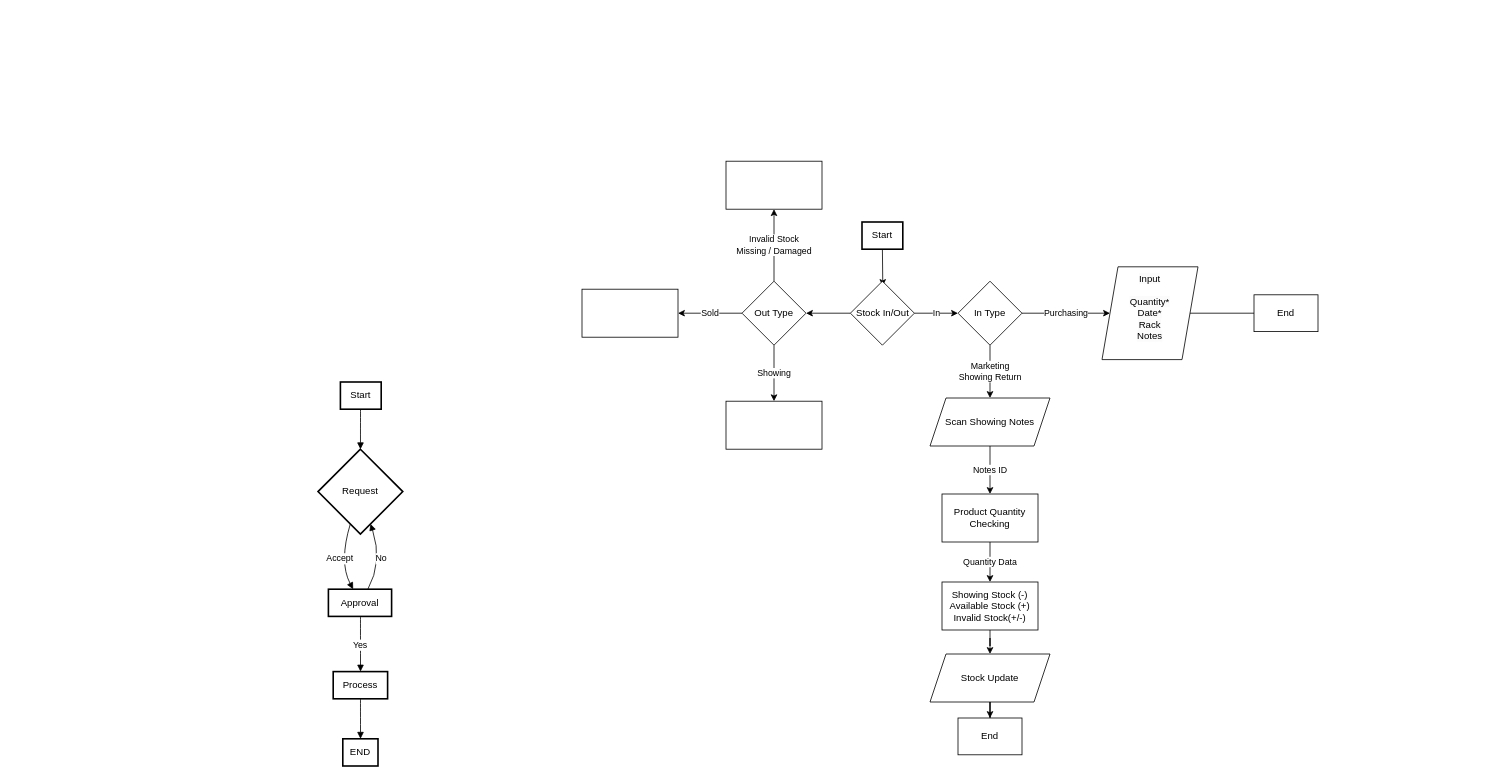
This is MPL Stock Update Feb 2024.drawio from hulyo-firmansyah/mesinmp-dbdiagram, a draw.io file, before an edit. Source tidied: cells renumbered, new cells numbered last; positions are measured from the earlier drawing's top-left corner, leaving out a move shared by most shapes. Both pictures are drawn from the tidied source at 80%, with x=0, y=0 at pixel (318, 161).
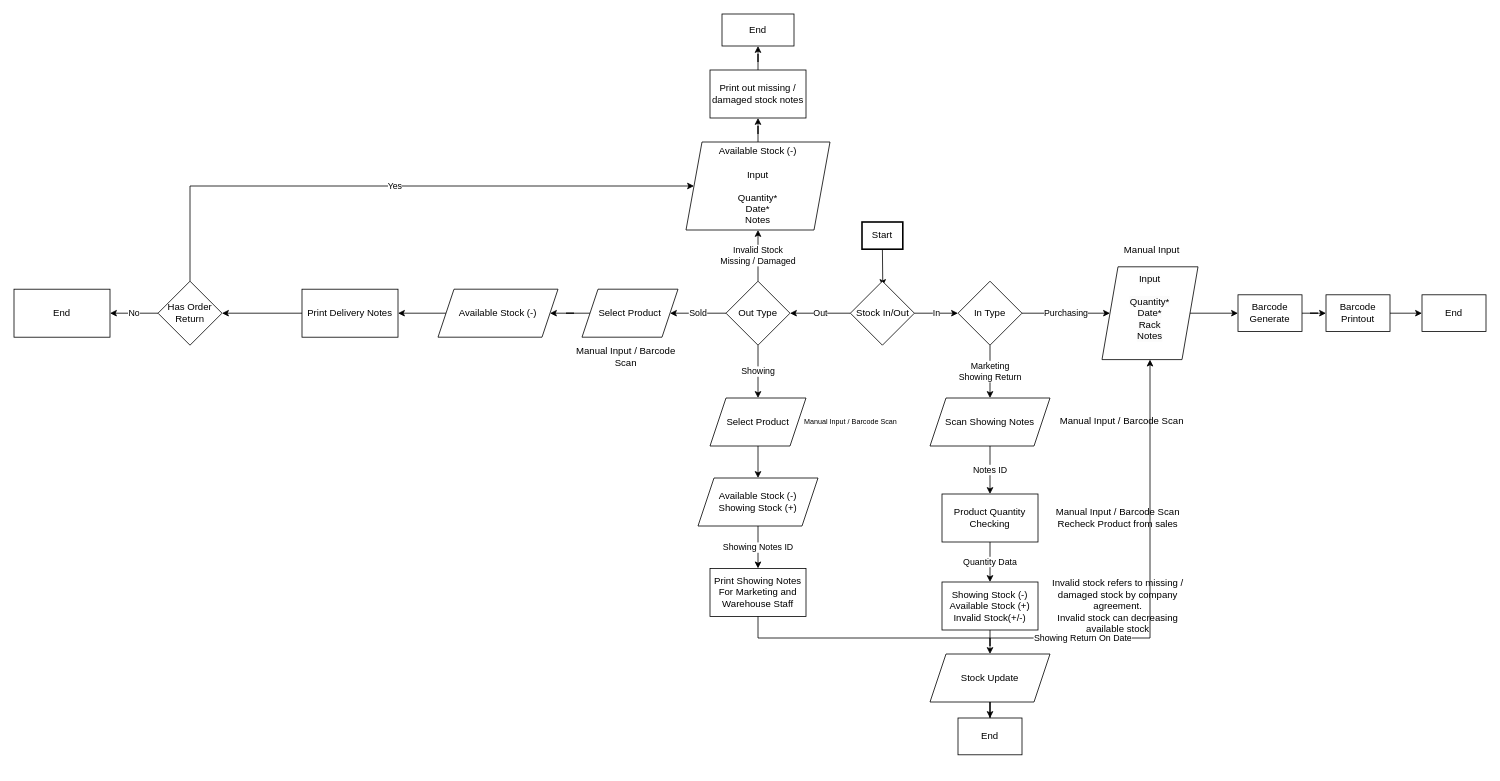
After the change.

Unchanged cells that the change refers to:
```xml
<mxCell id="15" value="Stock In/Out" style="rhombus;whiteSpace=wrap;html=1;" parent="1" vertex="1">
  <mxGeometry x="665.5" y="150" width="80" height="80" as="geometry" />
</mxCell>
<mxCell id="38" value="&#10;&lt;span style=&quot;color: rgb(0, 0, 0); font-family: Helvetica; font-size: 12px; font-style: normal; font-variant-ligatures: normal; font-variant-caps: normal; font-weight: 400; letter-spacing: normal; orphans: 2; text-align: center; text-indent: 0px; text-transform: none; widows: 2; word-spacing: 0px; -webkit-text-stroke-width: 0px; background-color: rgb(251, 251, 251); text-decoration-thickness: initial; text-decoration-style: initial; text-decoration-color: initial; float: none; display: inline !important;&quot;&gt;Input&lt;/span&gt;&lt;br style=&quot;border-color: var(--border-color); color: rgb(0, 0, 0); font-family: Helvetica; font-size: 12px; font-style: normal; font-variant-ligatures: normal; font-variant-caps: normal; font-weight: 400; letter-spacing: normal; orphans: 2; text-align: center; text-indent: 0px; text-transform: none; widows: 2; word-spacing: 0px; -webkit-text-stroke-width: 0px; background-color: rgb(251, 251, 251); text-decoration-thickness: initial; text-decoration-style: initial; text-decoration-color: initial;&quot;&gt;&lt;br style=&quot;border-color: var(--border-color); color: rgb(0, 0, 0); font-family: Helvetica; font-size: 12px; font-style: normal; font-variant-ligatures: normal; font-variant-caps: normal; font-weight: 400; letter-spacing: normal; orphans: 2; text-align: center; text-indent: 0px; text-transform: none; widows: 2; word-spacing: 0px; -webkit-text-stroke-width: 0px; background-color: rgb(251, 251, 251); text-decoration-thickness: initial; text-decoration-style: initial; text-decoration-color: initial;&quot;&gt;&lt;span style=&quot;color: rgb(0, 0, 0); font-family: Helvetica; font-size: 12px; font-style: normal; font-variant-ligatures: normal; font-variant-caps: normal; font-weight: 400; letter-spacing: normal; orphans: 2; text-align: center; text-indent: 0px; text-transform: none; widows: 2; word-spacing: 0px; -webkit-text-stroke-width: 0px; background-color: rgb(251, 251, 251); text-decoration-thickness: initial; text-decoration-style: initial; text-decoration-color: initial; float: none; display: inline !important;&quot;&gt;Quantity*&lt;/span&gt;&lt;br style=&quot;border-color: var(--border-color); color: rgb(0, 0, 0); font-family: Helvetica; font-size: 12px; font-style: normal; font-variant-ligatures: normal; font-variant-caps: normal; font-weight: 400; letter-spacing: normal; orphans: 2; text-align: center; text-indent: 0px; text-transform: none; widows: 2; word-spacing: 0px; -webkit-text-stroke-width: 0px; background-color: rgb(251, 251, 251); text-decoration-thickness: initial; text-decoration-style: initial; text-decoration-color: initial;&quot;&gt;&lt;span style=&quot;color: rgb(0, 0, 0); font-family: Helvetica; font-size: 12px; font-style: normal; font-variant-ligatures: normal; font-variant-caps: normal; font-weight: 400; letter-spacing: normal; orphans: 2; text-align: center; text-indent: 0px; text-transform: none; widows: 2; word-spacing: 0px; -webkit-text-stroke-width: 0px; background-color: rgb(251, 251, 251); text-decoration-thickness: initial; text-decoration-style: initial; text-decoration-color: initial; float: none; display: inline !important;&quot;&gt;Date*&lt;/span&gt;&lt;br style=&quot;border-color: var(--border-color); color: rgb(0, 0, 0); font-family: Helvetica; font-size: 12px; font-style: normal; font-variant-ligatures: normal; font-variant-caps: normal; font-weight: 400; letter-spacing: normal; orphans: 2; text-align: center; text-indent: 0px; text-transform: none; widows: 2; word-spacing: 0px; -webkit-text-stroke-width: 0px; background-color: rgb(251, 251, 251); text-decoration-thickness: initial; text-decoration-style: initial; text-decoration-color: initial;&quot;&gt;&lt;span style=&quot;color: rgb(0, 0, 0); font-family: Helvetica; font-size: 12px; font-style: normal; font-variant-ligatures: normal; font-variant-caps: normal; font-weight: 400; letter-spacing: normal; orphans: 2; text-align: center; text-indent: 0px; text-transform: none; widows: 2; word-spacing: 0px; -webkit-text-stroke-width: 0px; background-color: rgb(251, 251, 251); text-decoration-thickness: initial; text-decoration-style: initial; text-decoration-color: initial; float: none; display: inline !important;&quot;&gt;Rack&lt;/span&gt;&lt;br style=&quot;border-color: var(--border-color); color: rgb(0, 0, 0); font-family: Helvetica; font-size: 12px; font-style: normal; font-variant-ligatures: normal; font-variant-caps: normal; font-weight: 400; letter-spacing: normal; orphans: 2; text-align: center; text-indent: 0px; text-transform: none; widows: 2; word-spacing: 0px; -webkit-text-stroke-width: 0px; background-color: rgb(251, 251, 251); text-decoration-thickness: initial; text-decoration-style: initial; text-decoration-color: initial;&quot;&gt;&lt;span style=&quot;color: rgb(0, 0, 0); font-family: Helvetica; font-size: 12px; font-style: normal; font-variant-ligatures: normal; font-variant-caps: normal; font-weight: 400; letter-spacing: normal; orphans: 2; text-align: center; text-indent: 0px; text-transform: none; widows: 2; word-spacing: 0px; -webkit-text-stroke-width: 0px; background-color: rgb(251, 251, 251); text-decoration-thickness: initial; text-decoration-style: initial; text-decoration-color: initial; float: none; display: inline !important;&quot;&gt;Notes&lt;/span&gt;&#10;&#10;" style="shape=parallelogram;perimeter=parallelogramPerimeter;whiteSpace=wrap;html=1;fixedSize=1;" parent="1" vertex="1">
  <mxGeometry x="980" y="132" width="120" height="116" as="geometry" />
</mxCell>
```

Diff of the diagram source:
```diff
@@
-    <mxCell id="2" value="Start" style="whiteSpace=wrap;strokeWidth=2;" parent="1" vertex="1">
-      <mxGeometry x="28" y="276" width="51" height="34" as="geometry" />
-    </mxCell>
-    <mxCell id="3" value="Request" style="rhombus;strokeWidth=2;whiteSpace=wrap;" parent="1" vertex="1">
-      <mxGeometry y="360" width="106" height="106" as="geometry" />
-    </mxCell>
-    <mxCell id="4" value="Approval" style="whiteSpace=wrap;strokeWidth=2;" parent="1" vertex="1">
-      <mxGeometry x="13" y="535" width="79" height="34" as="geometry" />
-    </mxCell>
-    <mxCell id="5" value="Process" style="whiteSpace=wrap;strokeWidth=2;" parent="1" vertex="1">
-      <mxGeometry x="19" y="638" width="68" height="34" as="geometry" />
-    </mxCell>
-    <mxCell id="6" value="END" style="whiteSpace=wrap;strokeWidth=2;" parent="1" vertex="1">
-      <mxGeometry x="31" y="722" width="44" height="34" as="geometry" />
-    </mxCell>
-    <mxCell id="7" style="curved=1;startArrow=none;endArrow=block;exitX=0.49264705882352944;exitY=1;entryX=0.5011792452830188;entryY=0;" parent="1" edge="1" source="2" target="3">
-      <mxGeometry relative="1" as="geometry" />
-    </mxCell>
-    <mxCell id="8" value="Accept" style="curved=1;startArrow=none;endArrow=block;exitX=0.3437005581228299;exitY=1.0023584905660377;entryX=0.39286544104092413;entryY=0.007352941176470588;" parent="1" edge="1" source="3" target="4">
-      <mxGeometry relative="1" as="geometry">
-        <Array as="points">
-          <mxPoint x="26" y="501" />
-        </Array>
-      </mxGeometry>
-    </mxCell>
-    <mxCell id="9" value="Yes" style="curved=1;startArrow=none;endArrow=block;exitX=0.5079113924050633;exitY=1.0073529411764706;entryX=0.5018382352941176;entryY=0.007352941176470588;" parent="1" edge="1" source="4" target="5">
-      <mxGeometry relative="1" as="geometry" />
-    </mxCell>
-    <mxCell id="10" value="No" style="curved=1;startArrow=none;endArrow=block;exitX=0.6229573437692024;exitY=0.007352941176470588;entryX=0.6586579324432078;entryY=1.0023584905660377;" parent="1" edge="1" source="4" target="3">
-      <mxGeometry relative="1" as="geometry">
-        <Array as="points">
-          <mxPoint x="81" y="501" />
-        </Array>
-      </mxGeometry>
-    </mxCell>
-    <mxCell id="11" style="curved=1;startArrow=none;endArrow=block;exitX=0.5018382352941176;exitY=1.0073529411764706;entryX=0.5028409090909091;entryY=0.007352941176470588;" parent="1" edge="1" source="5" target="6">
-      <mxGeometry relative="1" as="geometry" />
-    </mxCell>
@@
-    <mxCell id="14" style="edgeStyle=orthogonalEdgeStyle;rounded=0;jettySize=auto;html=1;" parent="1" edge="1" source="15" target="34">
+    <mxCell id="14" value="Out" style="edgeStyle=orthogonalEdgeStyle;rounded=0;jettySize=auto;html=1;" parent="1" edge="1" source="15" target="34">
       <mxGeometry relative="1" as="geometry" />
     </mxCell>
@@
-    <mxCell id="20" style="edgeStyle=orthogonalEdgeStyle;rounded=0;jettySize=auto;html=1;exitX=1;exitY=0.5;exitDx=0;exitDy=0;" parent="1" edge="1" source="38">
-      <mxGeometry relative="1" as="geometry">
-        <mxPoint x="1190" y="190" as="targetPoint" />
-      </mxGeometry>
-    </mxCell>
     <mxCell id="21" value="End" style="rounded=0;whiteSpace=wrap;html=1;" parent="1" vertex="1">
-      <mxGeometry x="1170" y="167" width="80" height="46" as="geometry" />
+      <mxGeometry x="1380" y="167" width="80" height="46" as="geometry" />
     </mxCell>
@@
-    <mxCell id="31" value="Showing" style="edgeStyle=orthogonalEdgeStyle;rounded=0;jettySize=auto;html=1;" parent="1" edge="1" source="34" target="35">
+    <mxCell id="31" value="Showing" style="edgeStyle=orthogonalEdgeStyle;rounded=0;jettySize=auto;html=1;" parent="1" edge="1" source="34" target="49">
       <mxGeometry relative="1" as="geometry" />
     </mxCell>
-    <mxCell id="32" value="Sold" style="edgeStyle=orthogonalEdgeStyle;rounded=0;jettySize=auto;html=1;" parent="1" edge="1" source="34" target="36">
+    <mxCell id="32" value="Sold" style="edgeStyle=orthogonalEdgeStyle;rounded=0;jettySize=auto;html=1;" parent="1" edge="1" source="34" target="56">
       <mxGeometry relative="1" as="geometry" />
     </mxCell>
-    <mxCell id="33" value="Invalid Stock&lt;br&gt;Missing / Damaged" style="edgeStyle=orthogonalEdgeStyle;rounded=0;jettySize=auto;html=1;" parent="1" edge="1" source="34" target="37">
+    <mxCell id="33" value="Invalid Stock&lt;br&gt;Missing / Damaged" style="edgeStyle=orthogonalEdgeStyle;rounded=0;jettySize=auto;html=1;entryX=0.5;entryY=1;entryDx=0;entryDy=0;" parent="1" edge="1" source="34" target="43">
       <mxGeometry relative="1" as="geometry" />
     </mxCell>
     <mxCell id="34" value="Out Type" style="rhombus;whiteSpace=wrap;html=1;" parent="1" vertex="1">
-      <mxGeometry x="530" y="150" width="80" height="80" as="geometry" />
+      <mxGeometry x="510" y="150" width="80" height="80" as="geometry" />
     </mxCell>
-    <mxCell id="35" style="rounded=0;whiteSpace=wrap;html=1;" parent="1" vertex="1">
-      <mxGeometry x="510" y="300" width="120" height="60" as="geometry" />
-    </mxCell>
-    <mxCell id="36" style="whiteSpace=wrap;html=1;" parent="1" vertex="1">
-      <mxGeometry x="330" y="160" width="120" height="60" as="geometry" />
-    </mxCell>
-    <mxCell id="37" style="whiteSpace=wrap;html=1;" parent="1" vertex="1">
-      <mxGeometry x="510" width="120" height="60" as="geometry" />
-    </mxCell>
@@
+    <mxCell id="39" value="Manual Input" style="text;html=1;align=center;verticalAlign=middle;whiteSpace=wrap;rounded=0;" parent="1" vertex="1">
+      <mxGeometry x="985" y="96" width="115" height="30" as="geometry" />
+    </mxCell>
+    <mxCell id="40" value="Invalid stock refers to missing / damaged stock by company agreement.&lt;br&gt;Invalid stock can decreasing available stock" style="text;html=1;align=center;verticalAlign=middle;whiteSpace=wrap;rounded=0;" parent="1" vertex="1">
+      <mxGeometry x="915" y="502.5" width="170" height="107" as="geometry" />
+    </mxCell>
+    <mxCell id="41" value="Manual Input / Barcode Scan" style="text;html=1;align=center;verticalAlign=middle;whiteSpace=wrap;rounded=0;" parent="1" vertex="1">
+      <mxGeometry x="920" y="310" width="170" height="30" as="geometry" />
+    </mxCell>
+    <mxCell id="42" style="edgeStyle=orthogonalEdgeStyle;rounded=0;jettySize=auto;html=1;" parent="1" edge="1" source="43" target="45">
+      <mxGeometry relative="1" as="geometry" />
+    </mxCell>
+    <mxCell id="43" value="Available Stock (-)&lt;br&gt;&lt;br&gt;Input&lt;br&gt;&lt;br&gt;Quantity*&lt;br&gt;Date*&lt;br&gt;Notes" style="shape=parallelogram;perimeter=parallelogramPerimeter;whiteSpace=wrap;html=1;fixedSize=1;" parent="1" vertex="1">
+      <mxGeometry x="460" y="-24" width="180" height="110" as="geometry" />
+    </mxCell>
+    <mxCell id="44" style="edgeStyle=orthogonalEdgeStyle;rounded=0;jettySize=auto;html=1;" parent="1" edge="1" source="45" target="46">
+      <mxGeometry relative="1" as="geometry" />
+    </mxCell>
+    <mxCell id="45" value="Print out missing / damaged stock notes" style="whiteSpace=wrap;html=1;" parent="1" vertex="1">
+      <mxGeometry x="490" y="-114" width="120" height="60" as="geometry" />
+    </mxCell>
+    <mxCell id="46" value="End" style="whiteSpace=wrap;html=1;" parent="1" vertex="1">
+      <mxGeometry x="505" y="-184" width="90" height="40" as="geometry" />
+    </mxCell>
+    <mxCell id="47" value="Manual Input / Barcode Scan&lt;br&gt;Recheck Product from sales" style="text;html=1;align=center;verticalAlign=middle;whiteSpace=wrap;rounded=0;" parent="1" vertex="1">
+      <mxGeometry x="915" y="431" width="170" height="30" as="geometry" />
+    </mxCell>
+    <mxCell id="48" style="edgeStyle=orthogonalEdgeStyle;rounded=0;jettySize=auto;html=1;" parent="1" edge="1" source="49" target="52">
+      <mxGeometry relative="1" as="geometry" />
+    </mxCell>
+    <mxCell id="49" value="Select Product" style="shape=parallelogram;perimeter=parallelogramPerimeter;whiteSpace=wrap;html=1;fixedSize=1;" parent="1" vertex="1">
+      <mxGeometry x="490" y="296" width="120" height="60" as="geometry" />
+    </mxCell>
+    <mxCell id="50" value="Manual Input / Barcode Scan" style="text;html=1;align=center;verticalAlign=middle;whiteSpace=wrap;rounded=0;fontSize=9;" parent="1" vertex="1">
+      <mxGeometry x="601" y="318.5" width="130" height="15" as="geometry" />
+    </mxCell>
+    <mxCell id="51" value="Showing Notes ID" style="edgeStyle=orthogonalEdgeStyle;rounded=0;jettySize=auto;html=1;" parent="1" edge="1" source="52" target="53">
+      <mxGeometry relative="1" as="geometry" />
+    </mxCell>
+    <mxCell id="52" value="Available Stock (-)&lt;br&gt;Showing Stock (+)" style="shape=parallelogram;perimeter=parallelogramPerimeter;whiteSpace=wrap;html=1;fixedSize=1;" parent="1" vertex="1">
+      <mxGeometry x="475" y="396" width="150" height="60" as="geometry" />
+    </mxCell>
+    <mxCell id="53" value="Print Showing Notes&lt;br&gt;For Marketing and Warehouse Staff" style="whiteSpace=wrap;html=1;" parent="1" vertex="1">
+      <mxGeometry x="490" y="509" width="120" height="60" as="geometry" />
+    </mxCell>
+    <mxCell id="54" value="Showing Return On Date" style="endArrow=classic;html=1;rounded=0;exitX=0.5;exitY=1;exitDx=0;exitDy=0;entryX=0.5;entryY=1;entryDx=0;entryDy=0;" parent="1" edge="1" source="53" target="38">
+      <mxGeometry relative="1" as="geometry">
+        <Array as="points">
+          <mxPoint x="550" y="596" />
+          <mxPoint x="1040" y="596" />
+        </Array>
+      </mxGeometry>
+    </mxCell>
+    <mxCell id="55" style="edgeStyle=orthogonalEdgeStyle;rounded=0;jettySize=auto;html=1;" parent="1" edge="1" source="56" target="59">
+      <mxGeometry relative="1" as="geometry" />
+    </mxCell>
+    <mxCell id="56" value="Select Product" style="shape=parallelogram;perimeter=parallelogramPerimeter;whiteSpace=wrap;html=1;fixedSize=1;" parent="1" vertex="1">
+      <mxGeometry x="330" y="160" width="120" height="60" as="geometry" />
+    </mxCell>
+    <mxCell id="57" value="Manual Input / Barcode Scan" style="text;html=1;align=center;verticalAlign=middle;whiteSpace=wrap;rounded=0;fontSize=12;" parent="1" vertex="1">
+      <mxGeometry x="320" y="236" width="130" height="15" as="geometry" />
+    </mxCell>
+    <mxCell id="58" style="edgeStyle=orthogonalEdgeStyle;rounded=0;jettySize=auto;html=1;" parent="1" edge="1" source="59" target="61">
+      <mxGeometry relative="1" as="geometry" />
+    </mxCell>
+    <mxCell id="59" value="Available Stock (-)" style="shape=parallelogram;perimeter=parallelogramPerimeter;whiteSpace=wrap;html=1;fixedSize=1;" parent="1" vertex="1">
+      <mxGeometry x="150" y="160" width="150" height="60" as="geometry" />
+    </mxCell>
+    <mxCell id="60" style="edgeStyle=orthogonalEdgeStyle;rounded=0;jettySize=auto;html=1;" parent="1" edge="1" source="61" target="67">
+      <mxGeometry relative="1" as="geometry" />
+    </mxCell>
+    <mxCell id="61" value="Print Delivery Notes" style="whiteSpace=wrap;html=1;" parent="1" vertex="1">
+      <mxGeometry x="-20" y="160" width="120" height="60" as="geometry" />
+    </mxCell>
+    <mxCell id="62" style="edgeStyle=orthogonalEdgeStyle;rounded=0;jettySize=auto;html=1;exitX=1;exitY=0.5;exitDx=0;exitDy=0;" parent="1" edge="1" source="38" target="64">
+      <mxGeometry relative="1" as="geometry" />
+    </mxCell>
+    <mxCell id="63" style="edgeStyle=orthogonalEdgeStyle;rounded=0;jettySize=auto;html=1;" parent="1" edge="1" source="64" target="66">
+      <mxGeometry relative="1" as="geometry" />
+    </mxCell>
+    <mxCell id="64" value="Barcode Generate" style="rounded=0;whiteSpace=wrap;html=1;" parent="1" vertex="1">
+      <mxGeometry x="1150" y="167" width="80" height="46" as="geometry" />
+    </mxCell>
+    <mxCell id="65" style="edgeStyle=orthogonalEdgeStyle;rounded=0;jettySize=auto;html=1;" parent="1" edge="1" source="66" target="21">
+      <mxGeometry relative="1" as="geometry" />
+    </mxCell>
+    <mxCell id="66" value="Barcode Printout" style="rounded=0;whiteSpace=wrap;html=1;" parent="1" vertex="1">
+      <mxGeometry x="1260" y="167" width="80" height="46" as="geometry" />
+    </mxCell>
+    <mxCell id="9" value="Yes" style="edgeStyle=orthogonalEdgeStyle;rounded=0;jettySize=auto;html=1;entryX=0;entryY=0.5;entryDx=0;entryDy=0;" parent="1" edge="1" source="67" target="43">
+      <mxGeometry relative="1" as="geometry">
+        <Array as="points">
+          <mxPoint x="-160" y="31" />
+        </Array>
+      </mxGeometry>
+    </mxCell>
+    <mxCell id="10" value="No" style="edgeStyle=orthogonalEdgeStyle;rounded=0;jettySize=auto;html=1;" parent="1" edge="1" source="67" target="68">
+      <mxGeometry relative="1" as="geometry" />
+    </mxCell>
+    <mxCell id="67" value="Has Order Return" style="rhombus;whiteSpace=wrap;html=1;" parent="1" vertex="1">
+      <mxGeometry x="-200" y="150" width="80" height="80" as="geometry" />
+    </mxCell>
+    <mxCell id="68" value="End" style="whiteSpace=wrap;html=1;" parent="1" vertex="1">
+      <mxGeometry x="-380" y="160" width="120" height="60" as="geometry" />
+    </mxCell>
```
